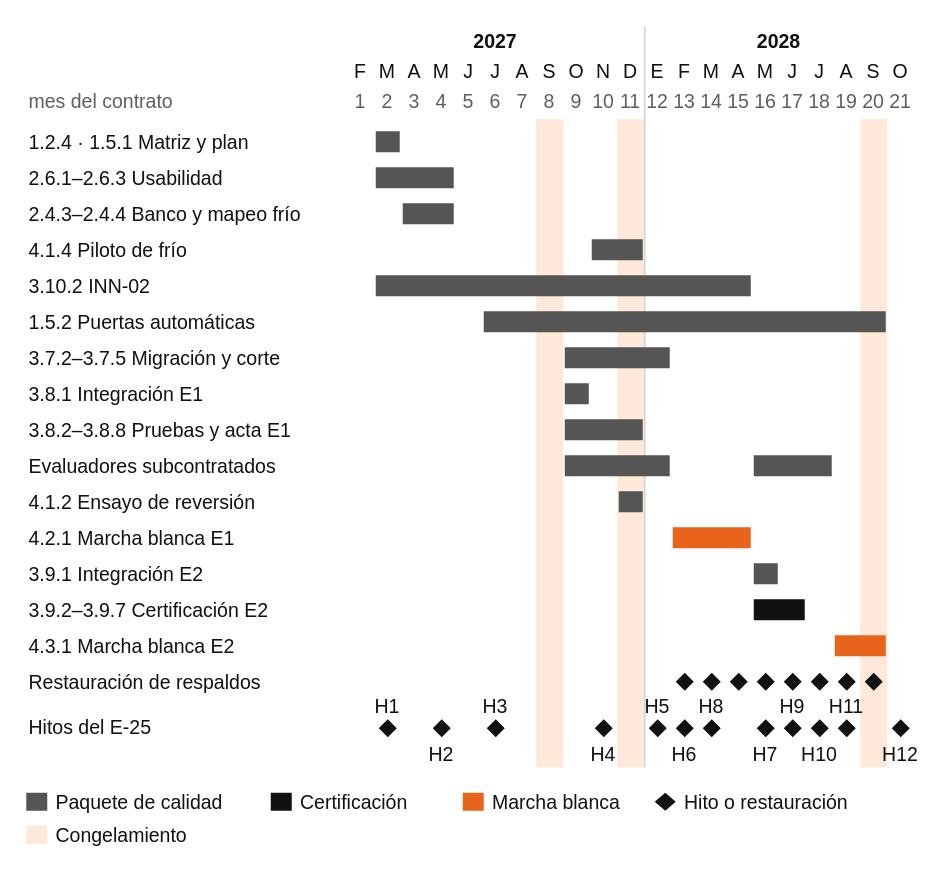
The draw.io diagram SD9_v_nueva/09_plan_calidad/diagramas/Fig_9-10_Calidad_Implementacion.drawio in PatricioH315/LafroX, before the edit. Source tidied: cells renumbered, new cells numbered last; positions are measured from the earlier drawing's top-left corner, leaving out a move shared by most shapes. Both pictures are drawn from the tidied source at 150%, with x=0, y=0 at pixel (26, 26).
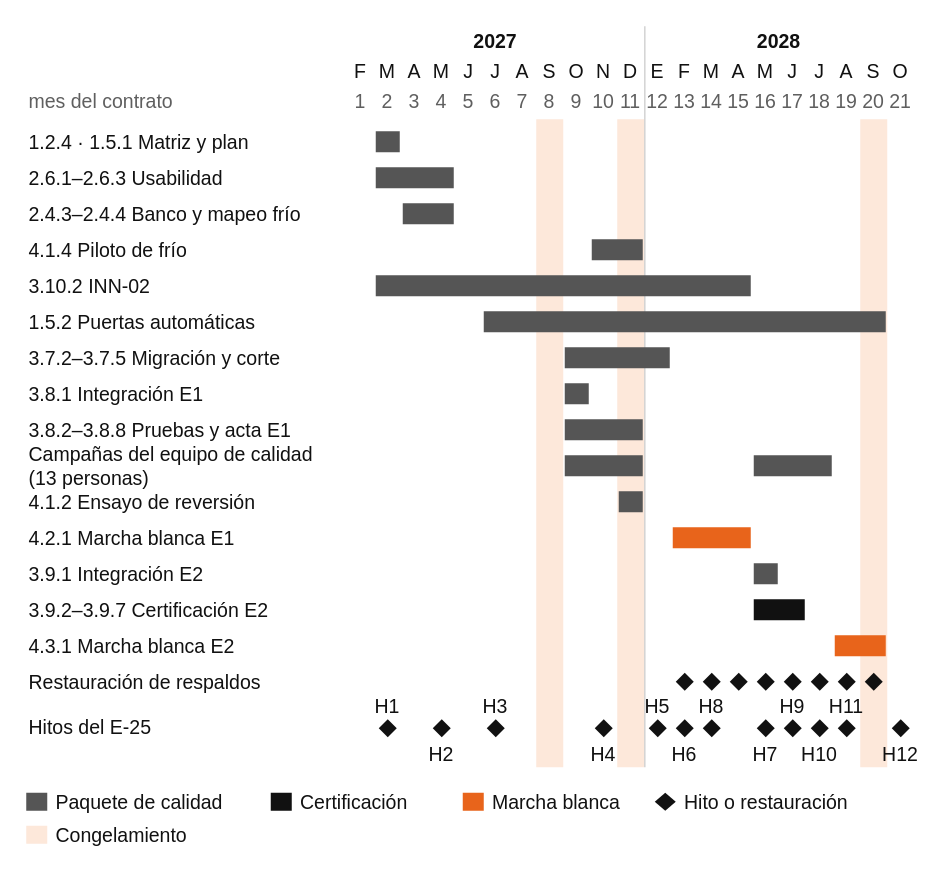
Above is the later version.

Commit message (it also covers changes not shown here):
docs(sd9): ejecuta las campañas de certificación con el equipo de calidad de planta

Diff of the diagram source:
```diff
@@
-    <mxCell id="69" value="Evaluadores subcontratados" style="text;html=1;fontSize=13;fontFamily=Helvetica;fontColor=#111111;align=left;verticalAlign=middle;whiteSpace=wrap;" parent="1" vertex="1">
+    <mxCell id="69" value="Campañas del equipo de calidad (13 personas)" style="text;html=1;fontSize=13;fontFamily=Helvetica;fontColor=#111111;align=left;verticalAlign=middle;whiteSpace=wrap;" parent="1" vertex="1">
       <mxGeometry y="282" width="210" height="22" as="geometry" />
     </mxCell>
     <mxCell id="70" style="rounded=0;html=1;strokeColor=none;fillColor=#555555;" parent="1" vertex="1">
-      <mxGeometry x="359" y="286" width="70" height="14" as="geometry" />
+      <mxGeometry x="359" y="286" width="52" height="14" as="geometry" />
     </mxCell>
```
